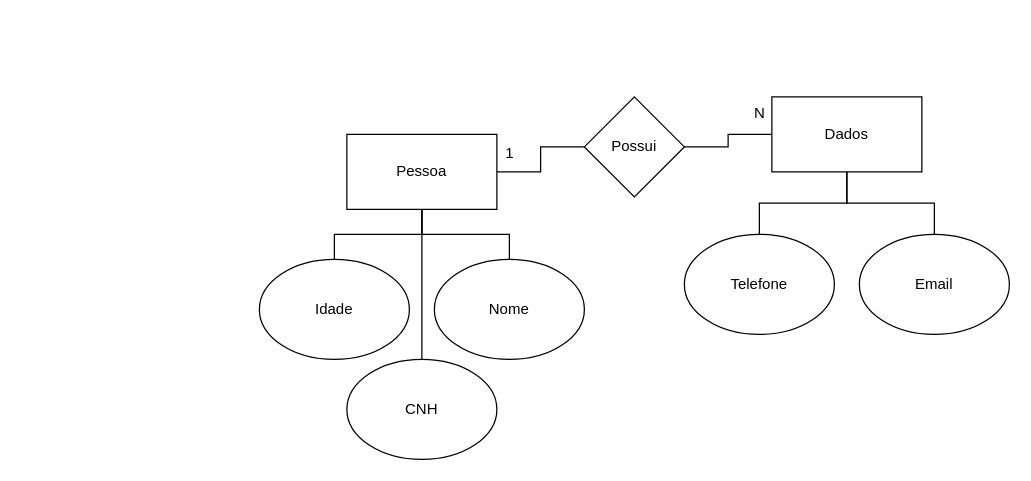
Before: page "01" (2 of 7) of ex.drawio in gsampaiowz/senai_sem2, a draw.io diagram. Source tidied: cells renumbered, new cells numbered last; positions are measured from the earlier drawing's top-left corner, leaving out a move shared by most shapes. Both pictures are drawn from the tidied source at 125%, with x=0, y=0 at pixel (259, 94).
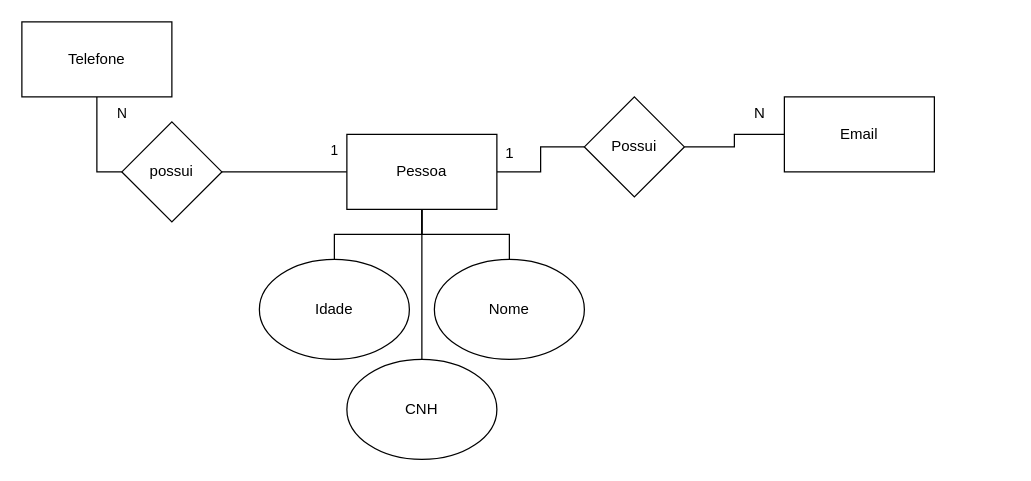
Above is the later version.

Unchanged cells that the change refers to:
```xml
<mxCell id="5" value="Pessoa" style="rounded=0;whiteSpace=wrap;html=1;" parent="1" vertex="1">
  <mxGeometry x="70" y="32" width="120" height="60" as="geometry" />
</mxCell>
```

The edit, as a diff of the source:
```diff
@@
+    <mxCell id="19" style="edgeStyle=orthogonalEdgeStyle;shape=connector;rounded=0;jettySize=auto;html=1;labelBackgroundColor=default;strokeColor=default;fontFamily=Helvetica;fontSize=11;fontColor=default;endArrow=none;endFill=0;" parent="1" edge="1" source="5" target="21">
+      <mxGeometry relative="1" as="geometry" />
+    </mxCell>
@@
-    <mxCell id="9" value="Dados" style="rounded=0;whiteSpace=wrap;html=1;" parent="1" vertex="1">
-      <mxGeometry x="410" y="2" width="120" height="60" as="geometry" />
+    <mxCell id="9" value="Email" style="rounded=0;whiteSpace=wrap;html=1;" parent="1" vertex="1">
+      <mxGeometry x="420" y="2" width="120" height="60" as="geometry" />
     </mxCell>
-    <mxCell id="10" style="edgeStyle=orthogonalEdgeStyle;rounded=0;jettySize=auto;html=1;entryX=0.5;entryY=0;entryDx=0;entryDy=0;exitX=0.5;exitY=1;exitDx=0;exitDy=0;endArrow=none;endFill=0;" parent="1" edge="1" source="9" target="11">
-      <mxGeometry relative="1" as="geometry" />
-    </mxCell>
-    <mxCell id="11" value="Telefone" style="ellipse;whiteSpace=wrap;html=1;" parent="1" vertex="1">
-      <mxGeometry x="340" y="112" width="120" height="80" as="geometry" />
-    </mxCell>
-    <mxCell id="12" style="edgeStyle=orthogonalEdgeStyle;rounded=0;jettySize=auto;html=1;entryX=0.5;entryY=0;entryDx=0;entryDy=0;exitX=0.5;exitY=1;exitDx=0;exitDy=0;endArrow=none;endFill=0;" parent="1" edge="1" source="9" target="13">
-      <mxGeometry relative="1" as="geometry" />
-    </mxCell>
-    <mxCell id="13" value="Email" style="ellipse;whiteSpace=wrap;html=1;" parent="1" vertex="1">
-      <mxGeometry x="480" y="112" width="120" height="80" as="geometry" />
-    </mxCell>
@@
+    <mxCell id="11" value="Telefone" style="rounded=0;whiteSpace=wrap;html=1;" parent="1" vertex="1">
+      <mxGeometry x="-190" y="-58" width="120" height="60" as="geometry" />
+    </mxCell>
+    <mxCell id="20" style="edgeStyle=orthogonalEdgeStyle;shape=connector;rounded=0;jettySize=auto;html=1;labelBackgroundColor=default;strokeColor=default;fontFamily=Helvetica;fontSize=11;fontColor=default;endArrow=none;endFill=0;" parent="1" edge="1" source="21" target="11">
+      <mxGeometry relative="1" as="geometry">
+        <Array as="points">
+          <mxPoint x="-130" y="62" />
+        </Array>
+      </mxGeometry>
+    </mxCell>
+    <mxCell id="21" value="possui" style="rhombus;whiteSpace=wrap;html=1;rounded=0;" parent="1" vertex="1">
+      <mxGeometry x="-110" y="22" width="80" height="80" as="geometry" />
+    </mxCell>
+    <mxCell id="22" value="1" style="text;html=1;align=center;verticalAlign=middle;strokeColor=none;fillColor=none;fontSize=11;fontFamily=Helvetica;fontColor=default;" parent="1" vertex="1">
+      <mxGeometry x="45" y="30" width="30" height="30" as="geometry" />
+    </mxCell>
+    <mxCell id="23" value="N" style="text;html=1;align=center;verticalAlign=middle;strokeColor=none;fillColor=none;fontSize=11;fontFamily=Helvetica;fontColor=default;" parent="1" vertex="1">
+      <mxGeometry x="-125" width="30" height="30" as="geometry" />
+    </mxCell>
```
